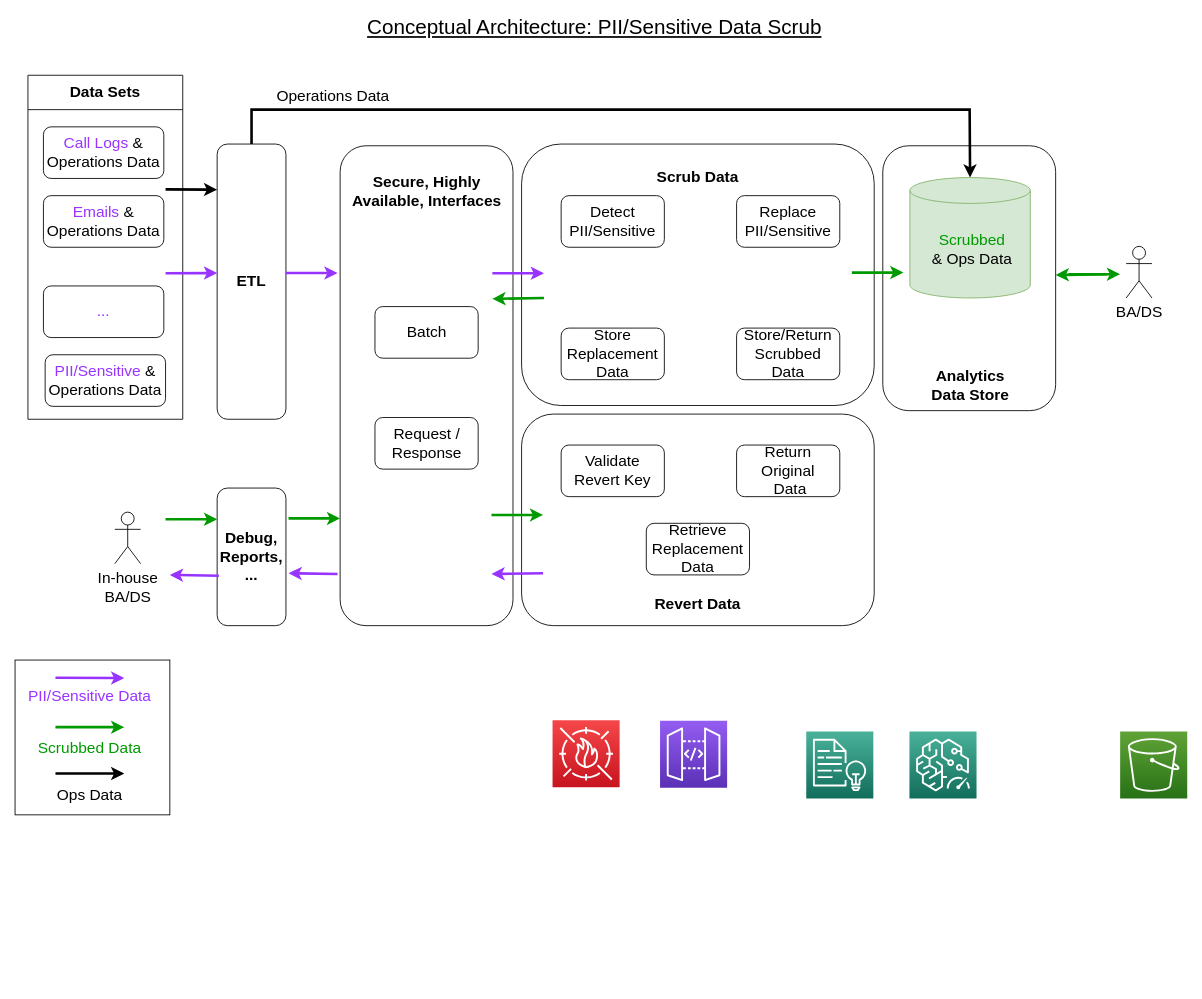
Earlier version of the draw.io diagram page "Concept. Arch." (5 of 8) of AB2 - 2022-12-01-v2.drawio (fotoby/ab3). Source tidied: cells renumbered, new cells numbered last; positions are measured from the earlier drawing's top-left corner, leaving out a move shared by most shapes. Both pictures are drawn from the tidied source at 86%, with x=0, y=0 at pixel (15, 15).
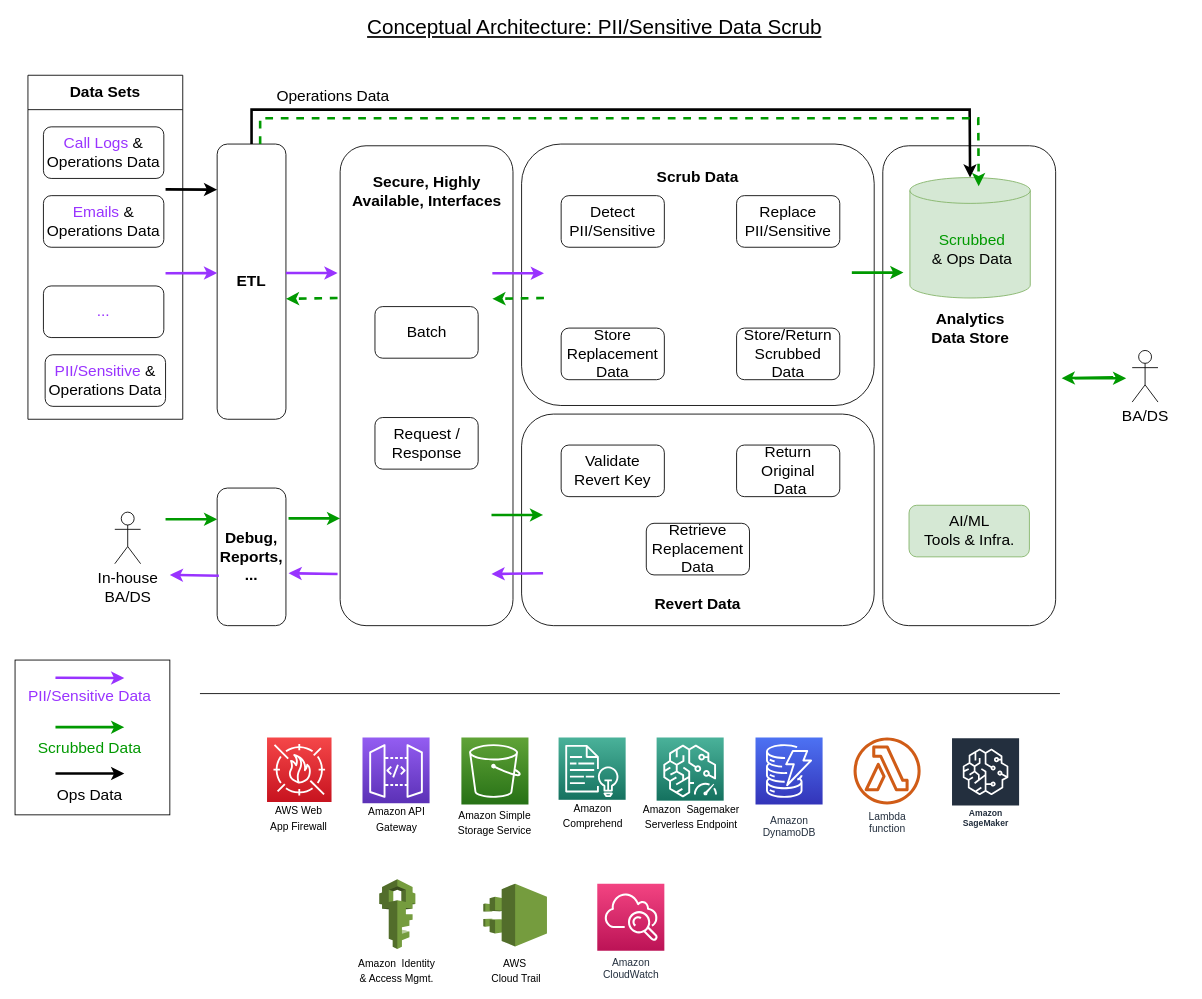
The same page after the edit.

Change to the diagram source:
```diff
@@
     <mxCell id="2" style="rounded=1;whiteSpace=wrap;html=1;shadow=0;labelBorderColor=none;strokeColor=default;fontSize=18;fontColor=#000000;" parent="1" vertex="1">
-      <mxGeometry x="1009" y="152" width="201" height="308" as="geometry" />
+      <mxGeometry x="1009" y="152" width="201" height="558" as="geometry" />
     </mxCell>
@@
     <mxCell id="42" value="&lt;b&gt;Analytics&lt;br&gt;Data Store&lt;/b&gt;" style="text;html=1;strokeColor=none;fillColor=none;align=center;verticalAlign=middle;whiteSpace=wrap;rounded=0;shadow=0;labelBorderColor=none;fontSize=18;fontColor=#000000;" parent="1" vertex="1">
-      <mxGeometry x="1050.5" y="416" width="120" height="30" as="geometry" />
+      <mxGeometry x="1050.5" y="350" width="120" height="30" as="geometry" />
     </mxCell>
@@
-    <mxCell id="44" style="sketch=0;fontColor=#232F3E;gradientColor=#4AB29A;gradientDirection=north;fillColor=#116D5B;strokeColor=#ffffff;dashed=0;verticalLabelPosition=bottom;verticalAlign=top;align=center;html=1;fontSize=12;fontStyle=0;shape=mxgraph.aws4.resourceIcon;resIcon=mxgraph.aws4.comprehend;" parent="1" vertex="1">
-      <mxGeometry x="920" y="833" width="78" height="78" as="geometry" />
-    </mxCell>
-    <mxCell id="45" style="sketch=0;fontColor=#232F3E;gradientColor=#4AB29A;gradientDirection=north;fillColor=#116D5B;strokeColor=#ffffff;dashed=0;verticalLabelPosition=bottom;verticalAlign=top;align=center;html=1;fontSize=12;fontStyle=0;shape=mxgraph.aws4.resourceIcon;resIcon=mxgraph.aws4.elastic_inference_2;" parent="1" vertex="1">
-      <mxGeometry x="1040" y="833" width="78" height="78" as="geometry" />
-    </mxCell>
-    <mxCell id="46" style="sketch=0;fontColor=#232F3E;gradientColor=#60A337;gradientDirection=north;fillColor=#277116;strokeColor=#ffffff;dashed=0;verticalLabelPosition=bottom;verticalAlign=top;align=center;html=1;fontSize=12;fontStyle=0;shape=mxgraph.aws4.resourceIcon;resIcon=mxgraph.aws4.s3;" parent="1" vertex="1">
-      <mxGeometry x="1285" y="833" width="78" height="78" as="geometry" />
-    </mxCell>
-    <mxCell id="47" style="sketch=0;fontColor=#232F3E;gradientColor=#945DF2;gradientDirection=north;fillColor=#5A30B5;strokeColor=#ffffff;dashed=0;verticalLabelPosition=bottom;verticalAlign=top;align=center;html=1;fontSize=12;fontStyle=0;shape=mxgraph.aws4.resourceIcon;resIcon=mxgraph.aws4.api_gateway;labelBackgroundColor=#000000;" parent="1" vertex="1">
-      <mxGeometry x="750" y="820.5" width="78" height="78" as="geometry" />
-    </mxCell>
-    <mxCell id="48" style="sketch=0;fontColor=#232F3E;gradientColor=#F54749;gradientDirection=north;fillColor=#C7131F;strokeColor=#ffffff;dashed=0;verticalLabelPosition=bottom;verticalAlign=top;align=center;html=1;fontSize=12;fontStyle=0;shape=mxgraph.aws4.resourceIcon;resIcon=mxgraph.aws4.waf;labelBackgroundColor=#000000;" parent="1" vertex="1">
-      <mxGeometry x="625" y="820" width="78" height="78" as="geometry" />
-    </mxCell>
@@
-    <mxCell id="57" style="endArrow=classic;html=1;rounded=0;fontSize=18;fontColor=#000000;entryX=0;entryY=0.5;entryDx=0;entryDy=0;strokeColor=#009900;strokeWidth=3;" parent="1" edge="1">
+    <mxCell id="57" style="endArrow=classic;html=1;rounded=0;fontSize=18;fontColor=#000000;entryX=0;entryY=0.5;entryDx=0;entryDy=0;strokeColor=#009900;strokeWidth=3;dashed=1;" parent="1" edge="1">
       <mxGeometry relative="1" as="geometry">
         <mxPoint x="615" y="329" as="sourcePoint" />
         <mxPoint x="555" y="330" as="targetPoint" />
       </mxGeometry>
     </mxCell>
+    <mxCell id="61" style="group;" parent="1" vertex="1">
+      <mxGeometry x="285" y="840" width="90" height="108" as="geometry" />
+    </mxCell>
+    <mxCell id="62" style="sketch=0;fontColor=#232F3E;gradientColor=#F54749;gradientDirection=north;fillColor=#C7131F;strokeColor=#ffffff;dashed=0;verticalLabelPosition=bottom;verticalAlign=top;align=center;html=1;fontSize=12;fontStyle=0;shape=mxgraph.aws4.resourceIcon;resIcon=mxgraph.aws4.waf;labelBackgroundColor=#000000;" parent="61" vertex="1">
+      <mxGeometry x="8" width="75" height="75" as="geometry" />
+    </mxCell>
+    <mxCell id="63" value="&lt;font style=&quot;font-size: 12px;&quot;&gt;AWS Web &lt;br&gt;App Firewall&lt;/font&gt;" style="text;html=1;align=center;verticalAlign=middle;whiteSpace=wrap;rounded=0;dashed=1;labelBackgroundColor=#FFFFFF;fontSize=15;" parent="61" vertex="1">
+      <mxGeometry y="78" width="90" height="30" as="geometry" />
+    </mxCell>
+    <mxCell id="64" style="group;" parent="1" vertex="1">
+      <mxGeometry x="399" y="840" width="90" height="108.5" as="geometry" />
+    </mxCell>
+    <mxCell id="65" style="sketch=0;fontColor=#232F3E;gradientColor=#945DF2;gradientDirection=north;fillColor=#5A30B5;strokeColor=#ffffff;dashed=0;verticalLabelPosition=bottom;verticalAlign=top;align=center;html=1;fontSize=12;fontStyle=0;shape=mxgraph.aws4.resourceIcon;resIcon=mxgraph.aws4.api_gateway;labelBackgroundColor=#000000;" parent="64" vertex="1">
+      <mxGeometry x="5" width="78" height="78" as="geometry" />
+    </mxCell>
+    <mxCell id="66" value="&lt;font style=&quot;font-size: 12px;&quot;&gt;Amazon API Gateway&lt;/font&gt;" style="text;html=1;strokeColor=none;fillColor=none;align=center;verticalAlign=middle;whiteSpace=wrap;rounded=0;dashed=1;labelBackgroundColor=#FFFFFF;fontSize=15;fontColor=#000000;" parent="64" vertex="1">
+      <mxGeometry y="78.5" width="90" height="30" as="geometry" />
+    </mxCell>
+    <mxCell id="67" style="group;" parent="1" vertex="1">
+      <mxGeometry x="510" y="840" width="96" height="113" as="geometry" />
+    </mxCell>
+    <mxCell id="68" style="sketch=0;fontColor=#232F3E;gradientColor=#60A337;gradientDirection=north;fillColor=#277116;strokeColor=#ffffff;dashed=0;verticalLabelPosition=bottom;verticalAlign=top;align=center;html=1;fontSize=12;fontStyle=0;shape=mxgraph.aws4.resourceIcon;resIcon=mxgraph.aws4.s3;" parent="67" vertex="1">
+      <mxGeometry x="9" width="78" height="78" as="geometry" />
+    </mxCell>
+    <mxCell id="69" value="&lt;font style=&quot;font-size: 12px;&quot;&gt;Amazon Simple Storage Service&lt;/font&gt;" style="text;html=1;strokeColor=none;fillColor=none;align=center;verticalAlign=middle;whiteSpace=wrap;rounded=0;dashed=1;labelBackgroundColor=#FFFFFF;fontSize=15;fontColor=#000000;" parent="67" vertex="1">
+      <mxGeometry y="83" width="96" height="30" as="geometry" />
+    </mxCell>
+    <mxCell id="70" value="Lambda&lt;br&gt;function" style="fontColor=#232F3E;gradientColor=none;fillColor=#D05C17;strokeColor=none;dashed=0;verticalLabelPosition=bottom;verticalAlign=top;align=center;html=1;fontSize=12;fontStyle=0;shape=mxgraph.aws4.lambda_function;labelBackgroundColor=#ffffff;" parent="1" vertex="1">
+      <mxGeometry x="975" y="840" width="78" height="78" as="geometry" />
+    </mxCell>
+    <mxCell id="71" value="Amazon&lt;br&gt;DynamoDB&lt;br&gt;" style="fontColor=#232F3E;gradientColor=#4D72F3;gradientDirection=north;fillColor=#3334B9;strokeColor=#ffffff;dashed=0;verticalLabelPosition=bottom;verticalAlign=top;align=center;html=1;fontSize=12;fontStyle=0;shape=mxgraph.aws4.resourceIcon;resIcon=mxgraph.aws4.dynamodb;labelBackgroundColor=#ffffff;spacingTop=5;" parent="1" vertex="1">
+      <mxGeometry x="861" y="840" width="78" height="78" as="geometry" />
+    </mxCell>
+    <mxCell id="72" style="group;" parent="1" vertex="1">
+      <mxGeometry x="627" y="840" width="90" height="105" as="geometry" />
+    </mxCell>
+    <mxCell id="73" style="sketch=0;fontColor=#232F3E;gradientColor=#4AB29A;gradientDirection=north;fillColor=#116D5B;strokeColor=#ffffff;dashed=0;verticalLabelPosition=bottom;verticalAlign=top;align=center;html=1;fontSize=12;fontStyle=0;shape=mxgraph.aws4.resourceIcon;resIcon=mxgraph.aws4.comprehend;" parent="72" vertex="1">
+      <mxGeometry x="5" width="78" height="78" as="geometry" />
+    </mxCell>
+    <mxCell id="74" value="&lt;span style=&quot;font-size: 12px;&quot;&gt;Amazon Comprehend&lt;/span&gt;" style="text;html=1;strokeColor=none;fillColor=none;align=center;verticalAlign=middle;whiteSpace=wrap;rounded=0;dashed=1;labelBackgroundColor=#FFFFFF;fontSize=15;fontColor=#000000;" parent="72" vertex="1">
+      <mxGeometry y="75" width="90" height="30" as="geometry" />
+    </mxCell>
+    <mxCell id="75" style="group;" parent="1" vertex="1">
+      <mxGeometry x="727" y="840" width="119" height="106" as="geometry" />
+    </mxCell>
+    <mxCell id="76" style="sketch=0;fontColor=#232F3E;gradientColor=#4AB29A;gradientDirection=north;fillColor=#116D5B;strokeColor=#ffffff;dashed=0;verticalLabelPosition=bottom;verticalAlign=top;align=center;html=1;fontSize=12;fontStyle=0;shape=mxgraph.aws4.resourceIcon;resIcon=mxgraph.aws4.elastic_inference_2;" parent="75" vertex="1">
+      <mxGeometry x="19" width="78" height="78" as="geometry" />
+    </mxCell>
+    <mxCell id="77" value="&lt;font style=&quot;font-size: 12px;&quot;&gt;Amazon &amp;nbsp;Sagemaker Serverless Endpoint&lt;/font&gt;" style="text;html=1;strokeColor=none;fillColor=none;align=center;verticalAlign=middle;whiteSpace=wrap;rounded=0;dashed=1;labelBackgroundColor=#FFFFFF;fontSize=15;fontColor=#000000;" parent="75" vertex="1">
+      <mxGeometry y="76" width="119" height="30" as="geometry" />
+    </mxCell>
+    <mxCell id="78" value="Amazon SageMaker" style="sketch=0;fontColor=#232F3E;gradientColor=none;strokeColor=#ffffff;fillColor=#232F3E;dashed=0;verticalLabelPosition=middle;verticalAlign=bottom;align=center;html=1;whiteSpace=wrap;fontSize=10;fontStyle=1;spacing=3;shape=mxgraph.aws4.productIcon;prIcon=mxgraph.aws4.sagemaker;" parent="1" vertex="1">
+      <mxGeometry x="1088.5" y="840" width="80" height="110" as="geometry" />
+    </mxCell>
+    <mxCell id="79" value="Amazon&lt;br&gt;CloudWatch&lt;br&gt;" style="fontColor=#232F3E;gradientColor=#F34482;gradientDirection=north;fillColor=#BC1356;strokeColor=#ffffff;dashed=0;verticalLabelPosition=bottom;verticalAlign=top;align=center;html=1;fontSize=12;fontStyle=0;shape=mxgraph.aws4.resourceIcon;resIcon=mxgraph.aws4.cloudwatch;labelBackgroundColor=#ffffff;" parent="1" vertex="1">
+      <mxGeometry x="677" y="1010" width="78" height="78" as="geometry" />
+    </mxCell>
+    <mxCell id="80" style="group;" parent="1" vertex="1">
+      <mxGeometry x="396" y="1005" width="96" height="120" as="geometry" />
+    </mxCell>
+    <mxCell id="81" style="dashed=0;verticalLabelPosition=bottom;verticalAlign=top;align=center;html=1;shape=mxgraph.aws3.iam;fillColor=#759C3E;gradientColor=none;labelBackgroundColor=#000000;strokeColor=#000000;fontSize=15;fontColor=#FFFFFF;" parent="80" vertex="1">
+      <mxGeometry x="27.5" width="42" height="81" as="geometry" />
+    </mxCell>
+    <mxCell id="82" value="&lt;font style=&quot;font-size: 12px;&quot;&gt;Amazon &amp;nbsp;Identity &amp;amp; Access Mgmt.&lt;/font&gt;" style="text;html=1;strokeColor=none;fillColor=none;align=center;verticalAlign=middle;whiteSpace=wrap;rounded=0;dashed=1;labelBackgroundColor=#FFFFFF;fontSize=15;fontColor=#000000;" parent="80" vertex="1">
+      <mxGeometry y="90" width="96" height="30" as="geometry" />
+    </mxCell>
+    <mxCell id="83" style="group;" parent="1" vertex="1">
+      <mxGeometry x="535" y="1010" width="96" height="115" as="geometry" />
+    </mxCell>
+    <mxCell id="84" style="dashed=0;verticalLabelPosition=bottom;verticalAlign=top;align=center;html=1;shape=mxgraph.aws3.cloudtrail;fillColor=#759C3E;gradientColor=none;labelBackgroundColor=#000000;strokeColor=#000000;fontSize=15;fontColor=#FFFFFF;" parent="83" vertex="1">
+      <mxGeometry x="9.5" width="74" height="73" as="geometry" />
+    </mxCell>
+    <mxCell id="85" value="&lt;font style=&quot;font-size: 12px;&quot;&gt;AWS&amp;nbsp;&lt;br&gt;Cloud Trail&lt;br&gt;&lt;/font&gt;" style="text;html=1;strokeColor=none;fillColor=none;align=center;verticalAlign=middle;whiteSpace=wrap;rounded=0;dashed=1;labelBackgroundColor=#FFFFFF;fontSize=15;fontColor=#000000;" parent="83" vertex="1">
+      <mxGeometry y="85" width="96" height="30" as="geometry" />
+    </mxCell>
+    <mxCell id="86" value="AI/ML&lt;br&gt;Tools &amp;amp; Infra." style="rounded=1;whiteSpace=wrap;html=1;shadow=0;strokeColor=#82b366;fontSize=18;fillColor=#d5e8d4;" parent="1" vertex="1">
+      <mxGeometry x="1039.5" y="570" width="140" height="60" as="geometry" />
+    </mxCell>
+    <mxCell id="87" style="group;" parent="1" vertex="1">
+      <mxGeometry x="1217" y="390" width="112" height="60" as="geometry" />
+    </mxCell>
-    <mxCell id="58" value="&lt;font color=&quot;#000000&quot;&gt;BA/DS&lt;/font&gt;" style="shape=umlActor;verticalLabelPosition=bottom;verticalAlign=top;html=1;shadow=0;labelBorderColor=none;strokeColor=default;fontSize=18;fontColor=#9933FF;" parent="1" vertex="1">
-      <mxGeometry x="1292" y="269" width="30" height="60" as="geometry" />
+    <mxCell id="58" value="&lt;font color=&quot;#000000&quot;&gt;BA/DS&lt;/font&gt;" style="shape=umlActor;verticalLabelPosition=bottom;verticalAlign=top;html=1;shadow=0;labelBorderColor=none;strokeColor=default;fontSize=18;fontColor=#9933FF;" parent="87" vertex="1">
+      <mxGeometry x="82" width="30" height="60" as="geometry" />
     </mxCell>
-    <mxCell id="59" style="endArrow=classic;html=1;rounded=0;fontSize=18;fontColor=#000000;entryX=0;entryY=0.5;entryDx=0;entryDy=0;strokeColor=#009900;strokeWidth=3;endFill=1;" parent="1" edge="1">
+    <mxCell id="59" style="endArrow=classic;html=1;rounded=0;fontSize=18;fontColor=#000000;entryX=0;entryY=0.5;entryDx=0;entryDy=0;strokeColor=#009900;strokeWidth=3;endFill=1;" parent="87" edge="1">
       <mxGeometry relative="1" as="geometry">
-        <mxPoint x="1270" y="301.3" as="sourcePoint" />
-        <mxPoint x="1210" y="302.3" as="targetPoint" />
+        <mxPoint x="60" y="31.3" as="sourcePoint" />
+        <mxPoint y="32.3" as="targetPoint" />
       </mxGeometry>
     </mxCell>
-    <mxCell id="60" style="endArrow=classic;html=1;rounded=0;fontSize=12;fontColor=#009900;strokeColor=#009900;strokeWidth=3;entryX=0.75;entryY=0;entryDx=0;entryDy=0;" parent="1" edge="1">
+    <mxCell id="60" style="endArrow=classic;html=1;rounded=0;fontSize=12;fontColor=#009900;strokeColor=#009900;strokeWidth=3;entryX=0.75;entryY=0;entryDx=0;entryDy=0;" parent="87" edge="1">
       <mxGeometry relative="1" as="geometry">
-        <mxPoint x="1225" y="301.3" as="sourcePoint" />
-        <mxPoint x="1285" y="301.3" as="targetPoint" />
+        <mxPoint x="15" y="32.3" as="sourcePoint" />
+        <mxPoint x="75" y="32.3" as="targetPoint" />
       </mxGeometry>
     </mxCell>
+    <mxCell id="88" style="endArrow=classic;html=1;rounded=0;fontSize=18;fontColor=#000000;entryX=0;entryY=0.5;entryDx=0;entryDy=0;strokeColor=#009900;strokeWidth=3;dashed=1;" parent="1" edge="1">
+      <mxGeometry relative="1" as="geometry">
+        <mxPoint x="375" y="329" as="sourcePoint" />
+        <mxPoint x="315" y="330" as="targetPoint" />
+      </mxGeometry>
+    </mxCell>
+    <mxCell id="89" style="endArrow=classic;html=1;rounded=0;fontSize=18;fontColor=#000000;entryX=0.5;entryY=0;entryDx=0;entryDy=0;entryPerimeter=0;strokeWidth=3;fillColor=#d5e8d4;strokeColor=#009900;dashed=1;" parent="1" edge="1">
+      <mxGeometry relative="1" as="geometry">
+        <mxPoint x="285" y="150" as="sourcePoint" />
+        <mxPoint x="1120.5" y="199" as="targetPoint" />
+        <Array as="points">
+          <mxPoint x="285" y="120" />
+          <mxPoint x="1120" y="120" />
+        </Array>
+      </mxGeometry>
+    </mxCell>
+    <mxCell id="90" style="endArrow=none;html=1;rounded=0;" parent="1" edge="1">
+      <mxGeometry relative="1" as="geometry">
+        <mxPoint x="215" y="789" as="sourcePoint" />
+        <mxPoint x="1215" y="789" as="targetPoint" />
+      </mxGeometry>
+    </mxCell>
```
